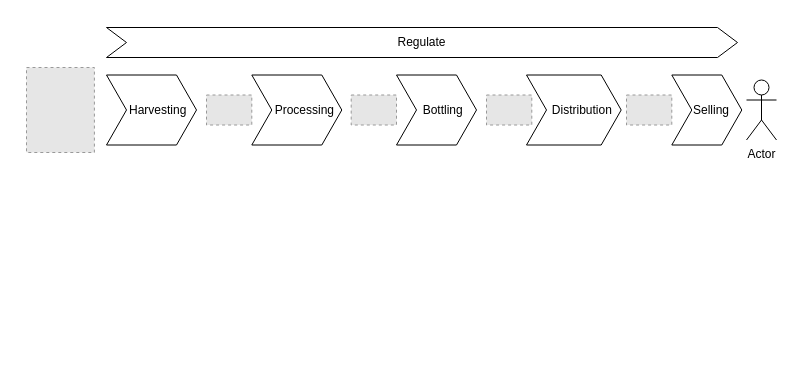
paulwizviz/mengawas keeps this draw.io diagram as assets/drawio/supplychain.drawio. Above is the earlier version. Source tidied: cells renumbered, new cells numbered last; positions are measured from the earlier drawing's top-left corner, leaving out a move shared by most shapes. Both pictures are drawn from the tidied source at 100%, with x=0, y=0 at pixel (17, 17). Pictures stored in the file or linked from it are replaced by grey dashed boxes.
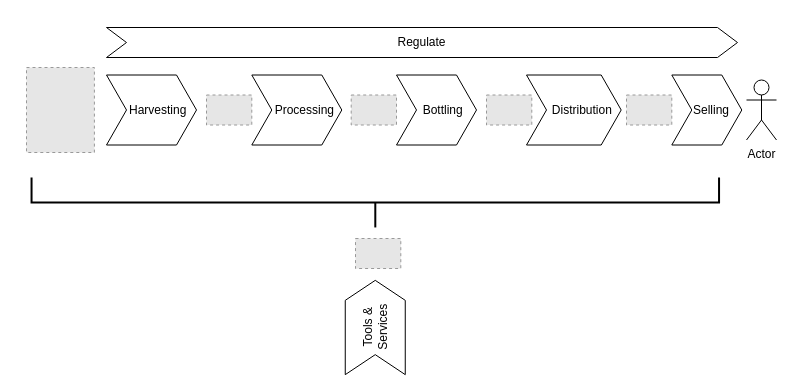
The same page after the edit.

Diff of the diagram source:
```diff
@@
 <mxGraphModel>
   <root>
     <mxCell id="0" />
     <mxCell id="1" parent="0" />
     <mxCell id="2" style="rounded=0;whiteSpace=wrap;html=1;fillColor=default;strokeColor=none;" parent="1" vertex="1">
       <mxGeometry width="770" height="150" as="geometry" />
     </mxCell>
     <mxCell id="3" value="&amp;nbsp; &amp;nbsp; Harvesting" style="shape=step;perimeter=stepPerimeter;whiteSpace=wrap;html=1;fixedSize=1;align=center;fontSize=12;" parent="1" vertex="1">
       <mxGeometry x="89" y="57.5" width="90" height="70" as="geometry" />
     </mxCell>
     <mxCell id="4" value="&amp;nbsp; &amp;nbsp; Bottling" style="shape=step;perimeter=stepPerimeter;whiteSpace=wrap;html=1;fixedSize=1;fontSize=12;" parent="1" vertex="1">
       <mxGeometry x="379" y="57.5" width="80" height="70" as="geometry" />
     </mxCell>
     <mxCell id="5" value="&amp;nbsp; &amp;nbsp; &amp;nbsp;Distribution" style="shape=step;perimeter=stepPerimeter;whiteSpace=wrap;html=1;fixedSize=1;fontSize=12;" parent="1" vertex="1">
       <mxGeometry x="509" y="57.5" width="94.7" height="70" as="geometry" />
     </mxCell>
     <mxCell id="6" value="&amp;nbsp; &amp;nbsp;Selling" style="shape=step;perimeter=stepPerimeter;whiteSpace=wrap;html=1;fixedSize=1;fontSize=12;" parent="1" vertex="1">
       <mxGeometry x="654.3" y="57.5" width="70" height="70" as="geometry" />
     </mxCell>
     <mxCell id="7" value="&amp;nbsp; &amp;nbsp; &amp;nbsp;Processing" style="shape=step;perimeter=stepPerimeter;whiteSpace=wrap;html=1;fixedSize=1;align=center;fontSize=12;" parent="1" vertex="1">
       <mxGeometry x="234.3" y="57.5" width="90" height="70" as="geometry" />
     </mxCell>
     <mxCell id="8" style="fillColor=#E6E6E6;strokeColor=#999999;dashed=1;verticalLabelPosition=bottom;labelBackgroundColor=default;verticalAlign=top;" parent="1" vertex="1">
       <mxGeometry x="189" y="77.5" width="45.3" height="30" as="geometry" />
     </mxCell>
     <mxCell id="9" style="fillColor=#E6E6E6;strokeColor=#999999;dashed=1;verticalLabelPosition=bottom;labelBackgroundColor=default;verticalAlign=top;" parent="1" vertex="1">
       <mxGeometry x="333.7" y="77.5" width="45.3" height="30" as="geometry" />
     </mxCell>
     <mxCell id="10" style="fillColor=#E6E6E6;strokeColor=#999999;dashed=1;verticalLabelPosition=bottom;labelBackgroundColor=default;verticalAlign=top;" parent="1" vertex="1">
       <mxGeometry x="469" y="77.5" width="45.3" height="30" as="geometry" />
     </mxCell>
     <mxCell id="11" style="fillColor=#E6E6E6;strokeColor=#999999;dashed=1;verticalLabelPosition=bottom;labelBackgroundColor=default;verticalAlign=top;" parent="1" vertex="1">
       <mxGeometry x="609" y="77.5" width="45.3" height="30" as="geometry" />
     </mxCell>
     <mxCell id="12" value="Actor" style="shape=umlActor;verticalLabelPosition=bottom;verticalAlign=top;html=1;" parent="1" vertex="1">
       <mxGeometry x="729" y="62.5" width="30" height="60" as="geometry" />
     </mxCell>
     <mxCell id="13" style="fillColor=#E6E6E6;strokeColor=#999999;dashed=1;verticalLabelPosition=bottom;labelBackgroundColor=default;verticalAlign=top;" parent="1" vertex="1">
       <mxGeometry x="9" y="50" width="67.9" height="85" as="geometry" />
     </mxCell>
     <mxCell id="14" value="Regulate" style="shape=step;perimeter=stepPerimeter;whiteSpace=wrap;html=1;fixedSize=1;" parent="1" vertex="1">
       <mxGeometry x="89" y="10" width="631" height="30" as="geometry" />
     </mxCell>
+    <mxCell id="15" value="Tools &amp;amp;&lt;div&gt;Services&lt;/div&gt;" style="shape=step;perimeter=stepPerimeter;whiteSpace=wrap;html=1;fixedSize=1;rotation=-90;" parent="1" vertex="1">
+      <mxGeometry x="310.6" y="280" width="94.3" height="60" as="geometry" />
+    </mxCell>
+    <mxCell id="16" style="fillColor=#E6E6E6;strokeColor=#999999;dashed=1;verticalLabelPosition=bottom;labelBackgroundColor=default;verticalAlign=top;" parent="1" vertex="1">
+      <mxGeometry x="338" y="221" width="45.3" height="30" as="geometry" />
+    </mxCell>
+    <mxCell id="17" style="strokeWidth=2;html=1;shape=mxgraph.flowchart.annotation_2;align=left;labelPosition=right;rotation=-90;" parent="1" vertex="1">
+      <mxGeometry x="332.8" y="-158.8" width="50" height="687.5" as="geometry" />
+    </mxCell>
   </root>
 </mxGraphModel>
```
